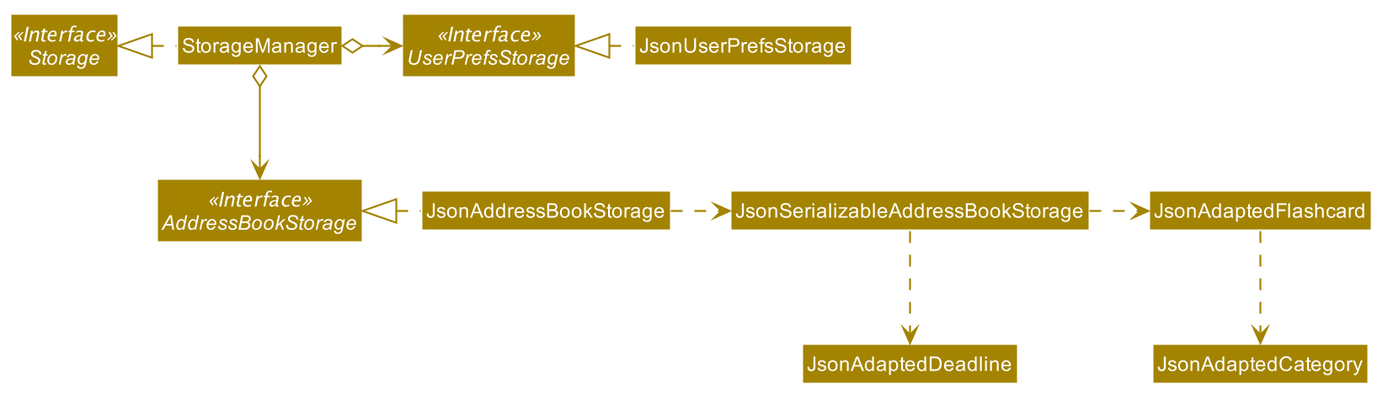
The PlantUML diagram docs/images/StorageClassDiagram.png in nus-cs2103-AY1920S1/addressbook-level3, before a commit.
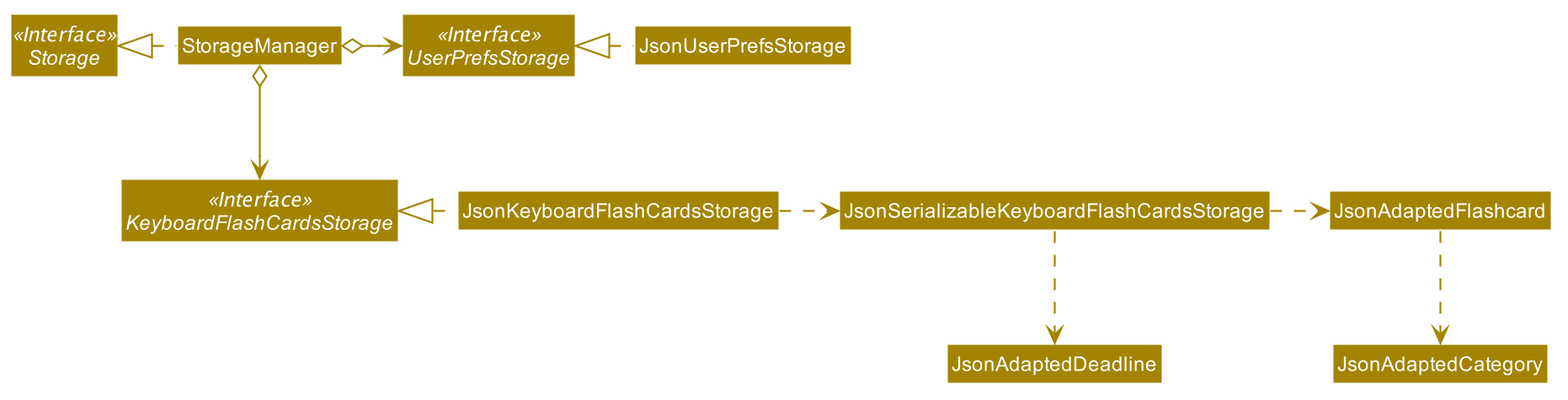
After the commit.

The edit, as a diff of the source:
```diff
@@ -55,20 +55,20 @@
 
 Interface Storage <<Interface>>
 Interface UserPrefsStorage <<Interface>>
-Interface AddressBookStorage <<Interface>>
+Interface KeyboardFlashCardsStorage <<Interface>>
 
 Class StorageManager
 Class JsonUserPrefsStorage
-Class JsonAddressBookStorage
+Class JsonKeyboardFlashCardsStorage
 
 StorageManager .left.|> Storage
 StorageManager o-right-> UserPrefsStorage
-StorageManager o--> AddressBookStorage
+StorageManager o--> KeyboardFlashCardsStorage
 
 JsonUserPrefsStorage .left.|> UserPrefsStorage
-JsonAddressBookStorage .left.|> AddressBookStorage
-JsonAddressBookStorage .right.> JsonSerializableAddressBookStorage
-JsonSerializableAddressBookStorage .right.> JsonAdaptedFlashcard
-JsonSerializableAddressBookStorage ..> JsonAdaptedDeadline
+JsonKeyboardFlashCardsStorage .left.|> KeyboardFlashCardsStorage
+JsonKeyboardFlashCardsStorage .right.> JsonSerializableKeyboardFlashCardsStorage
+JsonSerializableKeyboardFlashCardsStorage .right.> JsonAdaptedFlashcard
+JsonSerializableKeyboardFlashCardsStorage ..> JsonAdaptedDeadline
 JsonAdaptedFlashcard ..> JsonAdaptedCategory
 @enduml
```
